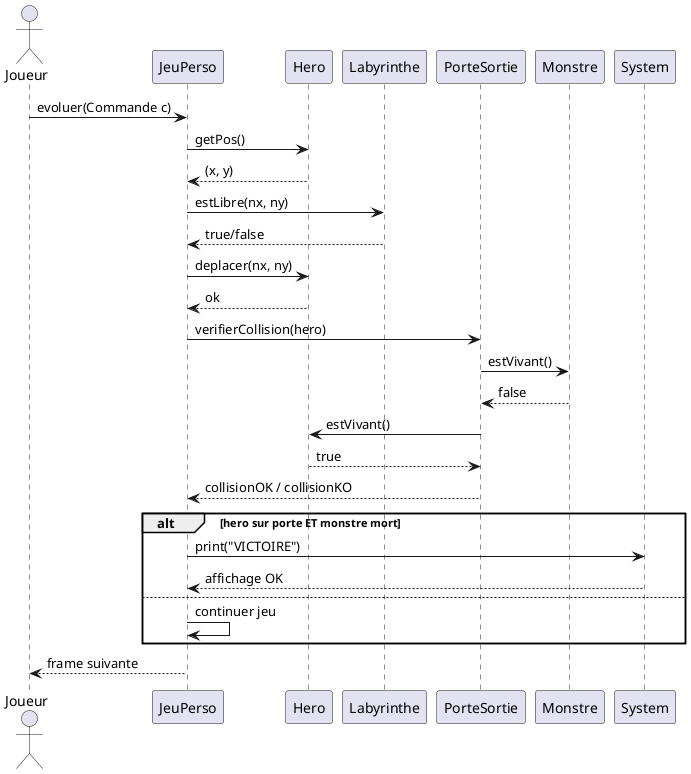
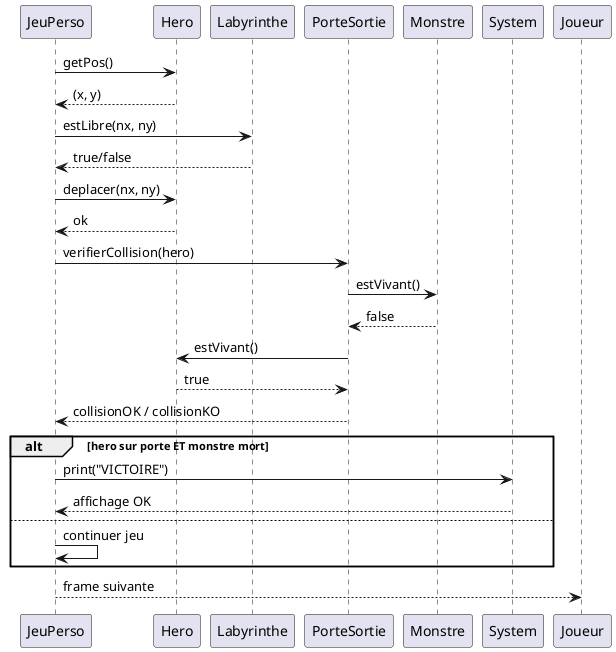
@startuml

- actor Joueur
+ 
participant "JeuPerso" as Jeu
participant "Hero" as Hero
participant "Labyrinthe" as Lab
participant "PorteSortie" as Porte
participant "Monstre" as Monstre
participant "System" as Sys

- Joueur -> Jeu : evoluer(Commande c)
+ 

Jeu -> Hero : getPos()
Hero --> Jeu : (x, y)

Jeu -> Lab : estLibre(nx, ny)
Lab --> Jeu : true/false

Jeu -> Hero : deplacer(nx, ny)
Hero --> Jeu : ok

Jeu -> Porte : verifierCollision(hero)
Porte -> Monstre : estVivant()
Monstre --> Porte : false

Porte -> Hero : estVivant()
Hero --> Porte : true

Porte --> Jeu : collisionOK / collisionKO

alt hero sur porte ET monstre mort
    Jeu -> Sys : print("VICTOIRE")
    Sys --> Jeu : affichage OK
else
    Jeu -> Jeu : continuer jeu
end

Jeu --> Joueur : frame suivante

@enduml